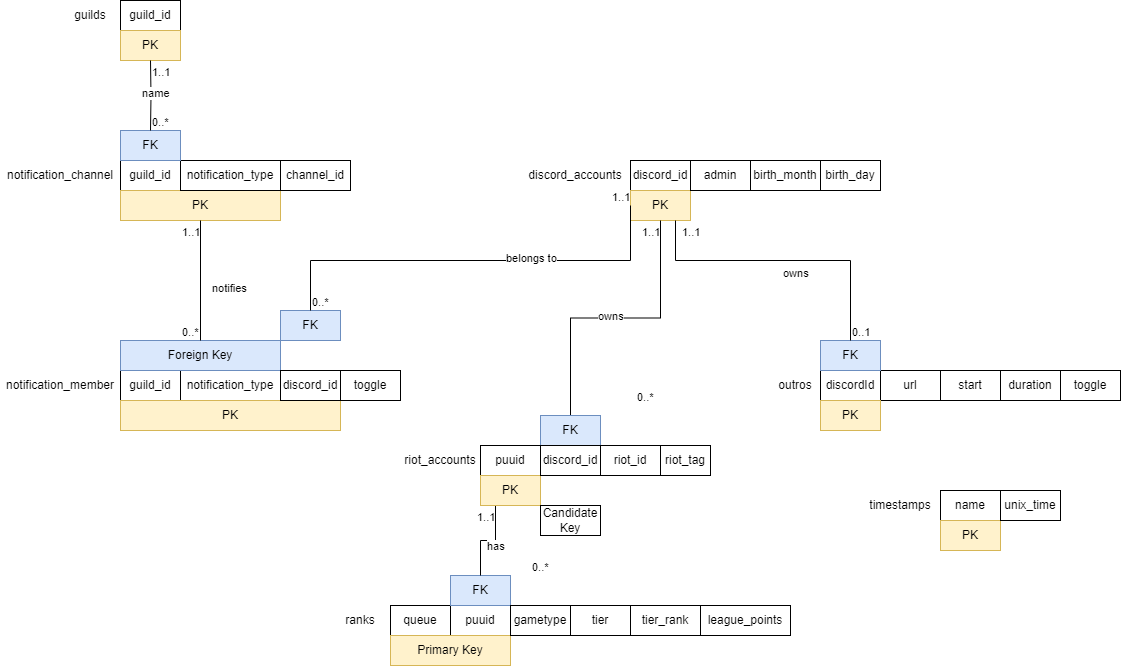
nathan-lai-engineering/discord-bot keeps this draw.io diagram as documentation/Relational Database Structure.drawio.png. Above is the earlier version. Source tidied: cells renumbered, new cells last; positions are measured from the earlier drawing's top-left corner, leaving out a move shared by most shapes.
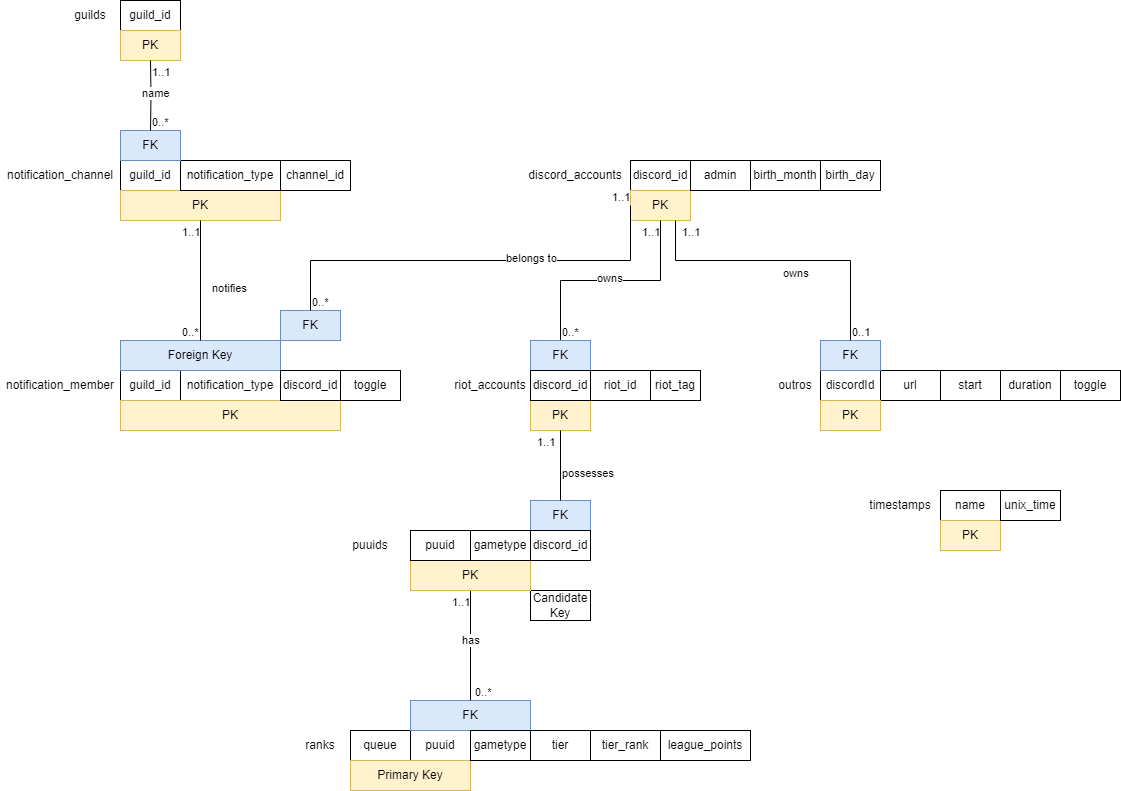
After the change.

Commit message:
database update again because i am dumb

Diff of the diagram source:
```diff
@@ -23,35 +23,32 @@
     <mxCell id="8" value="PK" style="text;html=1;strokeColor=#d6b656;fillColor=#fff2cc;align=center;verticalAlign=middle;whiteSpace=wrap;rounded=0;" parent="1" vertex="1">
       <mxGeometry x="820" y="400" width="60" height="30" as="geometry" />
     </mxCell>
-    <mxCell id="9" value="puuid" style="text;html=1;strokeColor=default;fillColor=none;align=center;verticalAlign=middle;whiteSpace=wrap;rounded=0;" parent="1" vertex="1">
-      <mxGeometry x="480" y="445" width="60" height="30" as="geometry" />
-    </mxCell>
     <mxCell id="10" value="ranks" style="text;html=1;strokeColor=none;fillColor=none;align=center;verticalAlign=middle;whiteSpace=wrap;rounded=0;" parent="1" vertex="1">
-      <mxGeometry x="330" y="605" width="60" height="30" as="geometry" />
+      <mxGeometry x="290" y="730" width="60" height="30" as="geometry" />
     </mxCell>
     <mxCell id="11" value="puuid" style="text;html=1;strokeColor=default;fillColor=none;align=center;verticalAlign=middle;whiteSpace=wrap;rounded=0;" parent="1" vertex="1">
-      <mxGeometry x="450" y="605" width="60" height="30" as="geometry" />
+      <mxGeometry x="410" y="730" width="60" height="30" as="geometry" />
     </mxCell>
     <mxCell id="12" value="tier" style="text;html=1;strokeColor=default;fillColor=none;align=center;verticalAlign=middle;whiteSpace=wrap;rounded=0;" parent="1" vertex="1">
-      <mxGeometry x="570" y="605" width="60" height="30" as="geometry" />
+      <mxGeometry x="530" y="730" width="60" height="30" as="geometry" />
     </mxCell>
     <mxCell id="13" value="queue" style="text;html=1;strokeColor=default;fillColor=none;align=center;verticalAlign=middle;whiteSpace=wrap;rounded=0;" parent="1" vertex="1">
-      <mxGeometry x="390" y="605" width="60" height="30" as="geometry" />
+      <mxGeometry x="350" y="730" width="60" height="30" as="geometry" />
     </mxCell>
     <mxCell id="14" value="tier_rank" style="text;html=1;strokeColor=default;fillColor=none;align=center;verticalAlign=middle;whiteSpace=wrap;rounded=0;" parent="1" vertex="1">
-      <mxGeometry x="630" y="605" width="70" height="30" as="geometry" />
+      <mxGeometry x="590" y="730" width="70" height="30" as="geometry" />
     </mxCell>
     <mxCell id="15" value="Primary Key" style="text;html=1;strokeColor=#d6b656;fillColor=#fff2cc;align=center;verticalAlign=middle;whiteSpace=wrap;rounded=0;" parent="1" vertex="1">
-      <mxGeometry x="390" y="635" width="120" height="30" as="geometry" />
+      <mxGeometry x="350" y="760" width="120" height="30" as="geometry" />
     </mxCell>
     <mxCell id="16" value="league_points" style="text;html=1;strokeColor=default;fillColor=none;align=center;verticalAlign=middle;whiteSpace=wrap;rounded=0;" parent="1" vertex="1">
-      <mxGeometry x="700" y="605" width="90" height="30" as="geometry" />
+      <mxGeometry x="660" y="730" width="90" height="30" as="geometry" />
     </mxCell>
     <mxCell id="17" value="FK" style="text;html=1;strokeColor=#6c8ebf;fillColor=#dae8fc;align=center;verticalAlign=middle;whiteSpace=wrap;rounded=0;" parent="1" vertex="1">
-      <mxGeometry x="450" y="575" width="60" height="30" as="geometry" />
+      <mxGeometry x="410" y="700" width="120" height="30" as="geometry" />
     </mxCell>
     <mxCell id="18" value="riot_id" style="text;html=1;strokeColor=default;fillColor=none;align=center;verticalAlign=middle;whiteSpace=wrap;rounded=0;" parent="1" vertex="1">
-      <mxGeometry x="600" y="445" width="60" height="30" as="geometry" />
+      <mxGeometry x="590" y="370" width="60" height="30" as="geometry" />
     </mxCell>
     <mxCell id="19" value="discord_id" style="text;html=1;strokeColor=default;fillColor=none;align=center;verticalAlign=middle;whiteSpace=wrap;rounded=0;" parent="1" vertex="1">
       <mxGeometry x="630" y="160" width="60" height="30" as="geometry" />
@@ -73,7 +70,7 @@
         <mxPoint x="-20" y="20" as="offset" />
       </mxGeometry>
     </mxCell>
-    <mxCell id="25" value="has" style="endArrow=none;endFill=0;html=1;edgeStyle=orthogonalEdgeStyle;align=left;verticalAlign=top;rounded=0;entryX=0.5;entryY=0;entryDx=0;entryDy=0;exitX=0.25;exitY=1;exitDx=0;exitDy=0;" parent="1" edge="1" source="58" target="17">
+    <mxCell id="25" value="has" style="endArrow=none;endFill=0;html=1;edgeStyle=orthogonalEdgeStyle;align=left;verticalAlign=top;rounded=0;entryX=0.5;entryY=0;entryDx=0;entryDy=0;exitX=0.5;exitY=1;exitDx=0;exitDy=0;" parent="1" edge="1" source="72" target="17">
       <mxGeometry x="-0.33" y="-10" relative="1" as="geometry" />
     </mxCell>
     <mxCell id="26" value="1..1" style="edgeLabel;html=1;align=left;verticalAlign=bottom;" parent="25" vertex="1">
@@ -186,7 +183,7 @@
       <mxGeometry x="850" y="340" as="geometry" />
     </mxCell>
     <mxCell id="55" value="0..*" style="edgeLabel;html=1;align=left;verticalAlign=bottom;" parent="1" vertex="1">
-      <mxGeometry x="530" y="575" as="geometry" />
+      <mxGeometry x="472.5" y="700" as="geometry" />
     </mxCell>
     <mxCell id="56" value="0..*" style="edgeLabel;html=1;align=left;verticalAlign=bottom;" parent="1" vertex="1">
       <mxGeometry x="150" y="130" as="geometry" />
@@ -195,25 +192,25 @@
       <mxGeometry x="280" y="370" width="60" height="30" as="geometry" />
     </mxCell>
     <mxCell id="58" value="PK" style="text;html=1;strokeColor=#d6b656;fillColor=#fff2cc;align=center;verticalAlign=middle;whiteSpace=wrap;rounded=0;" parent="1" vertex="1">
-      <mxGeometry x="480" y="475" width="60" height="30" as="geometry" />
+      <mxGeometry x="530" y="400" width="60" height="30" as="geometry" />
     </mxCell>
     <mxCell id="59" value="riot_accounts" style="text;html=1;strokeColor=none;fillColor=none;align=center;verticalAlign=middle;whiteSpace=wrap;rounded=0;" parent="1" vertex="1">
-      <mxGeometry x="400" y="445" width="80" height="30" as="geometry" />
+      <mxGeometry x="450" y="370" width="80" height="30" as="geometry" />
     </mxCell>
     <mxCell id="60" value="FK" style="text;html=1;strokeColor=#6c8ebf;fillColor=#dae8fc;align=center;verticalAlign=middle;whiteSpace=wrap;rounded=0;" parent="1" vertex="1">
-      <mxGeometry x="540" y="415" width="60" height="30" as="geometry" />
+      <mxGeometry x="530" y="340" width="60" height="30" as="geometry" />
     </mxCell>
     <mxCell id="61" value="0..*" style="edgeLabel;html=1;align=left;verticalAlign=bottom;" parent="1" vertex="1">
-      <mxGeometry x="635" y="405" as="geometry" />
+      <mxGeometry x="560" y="340" as="geometry" />
     </mxCell>
     <mxCell id="62" value="discord_id" style="text;html=1;strokeColor=default;fillColor=none;align=center;verticalAlign=middle;whiteSpace=wrap;rounded=0;" parent="1" vertex="1">
-      <mxGeometry x="540" y="445" width="60" height="30" as="geometry" />
+      <mxGeometry x="530" y="370" width="60" height="30" as="geometry" />
     </mxCell>
     <mxCell id="63" value="Candidate Key" style="text;html=1;align=center;verticalAlign=middle;whiteSpace=wrap;rounded=0;fillColor=default;strokeColor=default;" parent="1" vertex="1">
-      <mxGeometry x="540" y="505" width="60" height="30" as="geometry" />
+      <mxGeometry x="530" y="590" width="60" height="30" as="geometry" />
     </mxCell>
     <mxCell id="64" value="gametype" style="text;html=1;strokeColor=default;fillColor=none;align=center;verticalAlign=middle;whiteSpace=wrap;rounded=0;" parent="1" vertex="1">
-      <mxGeometry x="510" y="605" width="60" height="30" as="geometry" />
+      <mxGeometry x="470" y="730" width="60" height="30" as="geometry" />
     </mxCell>
     <mxCell id="65" value="timestamps" style="text;html=1;strokeColor=none;fillColor=none;align=center;verticalAlign=middle;whiteSpace=wrap;rounded=0;" parent="1" vertex="1">
       <mxGeometry x="860" y="490" width="80" height="30" as="geometry" />
@@ -234,7 +231,33 @@
       <mxGeometry x="820" y="160" width="60" height="30" as="geometry" />
     </mxCell>
     <mxCell id="71" value="riot_tag" style="text;html=1;strokeColor=default;fillColor=none;align=center;verticalAlign=middle;whiteSpace=wrap;rounded=0;" parent="1" vertex="1">
-      <mxGeometry x="660" y="445" width="50" height="30" as="geometry" />
+      <mxGeometry x="650" y="370" width="50" height="30" as="geometry" />
     </mxCell>
+    <mxCell id="72" value="PK" style="text;html=1;strokeColor=#d6b656;fillColor=#fff2cc;align=center;verticalAlign=middle;whiteSpace=wrap;rounded=0;" parent="1" vertex="1">
+      <mxGeometry x="410" y="560" width="120" height="30" as="geometry" />
+    </mxCell>
+    <mxCell id="73" value="puuids" style="text;html=1;strokeColor=none;fillColor=none;align=center;verticalAlign=middle;whiteSpace=wrap;rounded=0;" parent="1" vertex="1">
+      <mxGeometry x="330" y="530" width="80" height="30" as="geometry" />
+    </mxCell>
+    <mxCell id="74" value="FK" style="text;html=1;strokeColor=#6c8ebf;fillColor=#dae8fc;align=center;verticalAlign=middle;whiteSpace=wrap;rounded=0;" parent="1" vertex="1">
+      <mxGeometry x="530" y="500" width="60" height="30" as="geometry" />
+    </mxCell>
+    <mxCell id="75" value="discord_id" style="text;html=1;strokeColor=default;fillColor=none;align=center;verticalAlign=middle;whiteSpace=wrap;rounded=0;" parent="1" vertex="1">
+      <mxGeometry x="530" y="530" width="60" height="30" as="geometry" />
+    </mxCell>
+    <mxCell id="76" value="gametype" style="text;html=1;strokeColor=default;fillColor=none;align=center;verticalAlign=middle;whiteSpace=wrap;rounded=0;" parent="1" vertex="1">
+      <mxGeometry x="470" y="530" width="60" height="30" as="geometry" />
+    </mxCell>
+    <mxCell id="9" value="puuid" style="text;html=1;strokeColor=default;fillColor=none;align=center;verticalAlign=middle;whiteSpace=wrap;rounded=0;" parent="1" vertex="1">
+      <mxGeometry x="410" y="530" width="60" height="30" as="geometry" />
+    </mxCell>
+    <mxCell id="77" value="possesses" style="endArrow=none;endFill=0;html=1;edgeStyle=orthogonalEdgeStyle;align=left;verticalAlign=top;rounded=0;exitX=0.5;exitY=1;exitDx=0;exitDy=0;entryX=0.5;entryY=0;entryDx=0;entryDy=0;" parent="1" edge="1" source="58" target="74">
+      <mxGeometry x="-0.14" relative="1" as="geometry" />
+    </mxCell>
+    <mxCell id="78" value="1..1" style="edgeLabel;html=1;align=left;verticalAlign=bottom;" parent="77" vertex="1">
+      <mxGeometry x="-1" relative="1" as="geometry">
+        <mxPoint x="-25" y="20" as="offset" />
+      </mxGeometry>
+    </mxCell>
   </root>
 </mxGraphModel>
```
